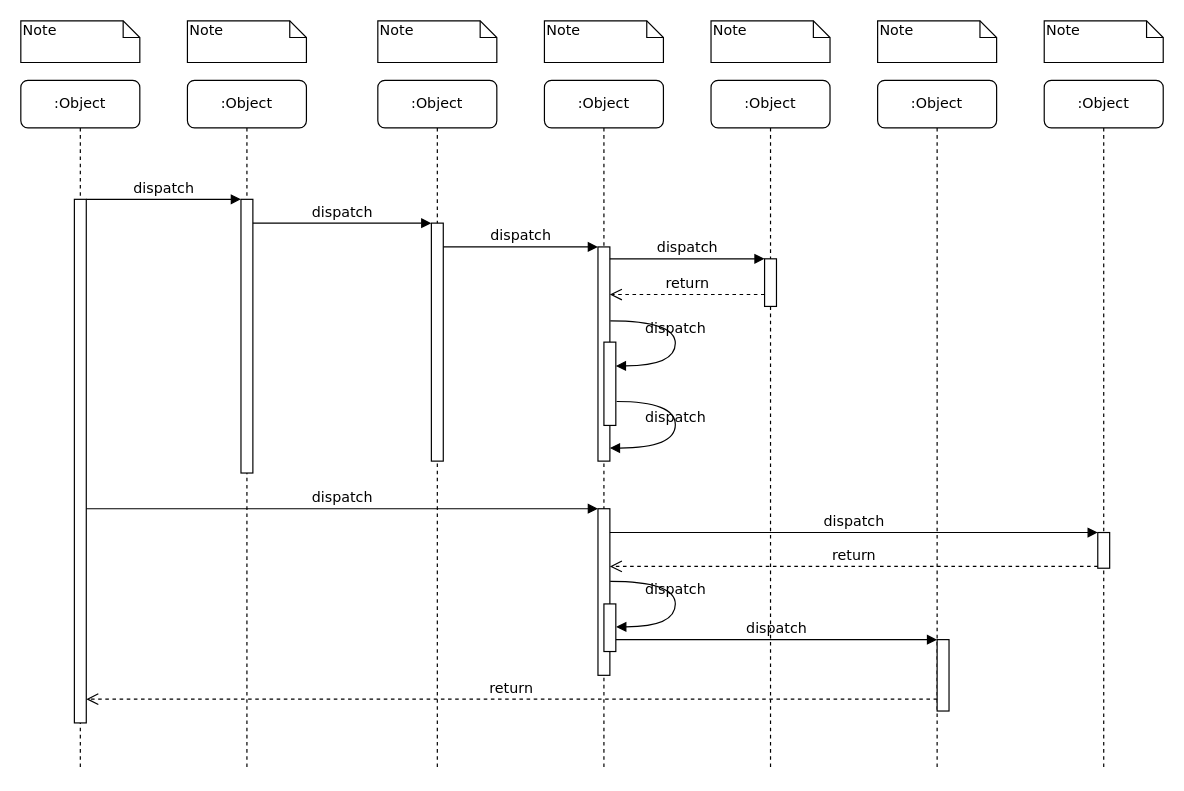
The draw.io diagram interaction diagram.drawio in Jainil2004/SEPM, before the edit. Source tidied: cells renumbered, new cells numbered last; positions are measured from the earlier drawing's top-left corner, leaving out a move shared by most shapes. Both pictures are drawn from the tidied source at 119%, with x=0, y=0 at pixel (20, 20).
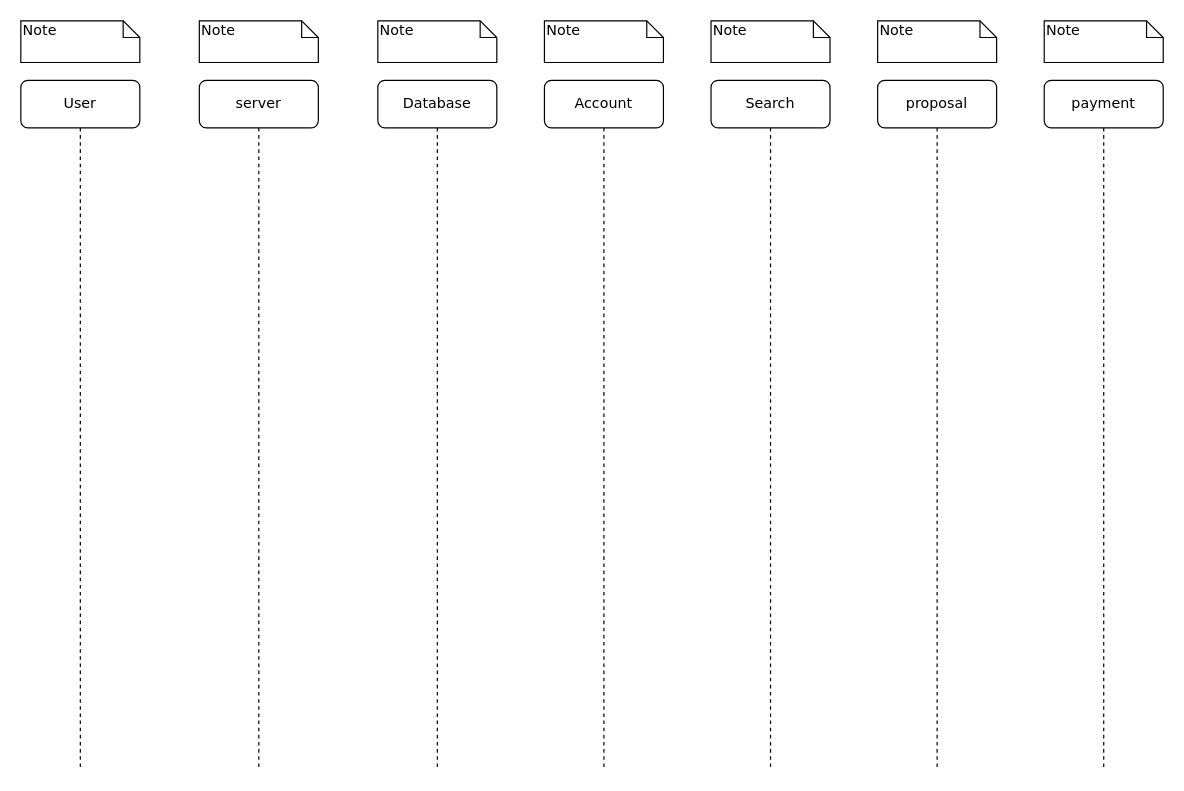
The same page after the edit.

Change to the diagram source:
```diff
@@
-    <mxCell id="2" value=":Object" style="shape=umlLifeline;perimeter=lifelinePerimeter;whiteSpace=wrap;html=1;rounded=1;shadow=0;comic=0;labelBackgroundColor=none;strokeWidth=1;fontFamily=Verdana;fontSize=12;align=center;" parent="1" vertex="1">
-      <mxGeometry x="140" y="50" width="100" height="580" as="geometry" />
+    <mxCell id="2" value="&lt;span style=&quot;white-space: pre;&quot;&gt;server&lt;br&gt;&lt;/span&gt;" style="shape=umlLifeline;perimeter=lifelinePerimeter;whiteSpace=wrap;html=1;rounded=1;shadow=0;comic=0;labelBackgroundColor=none;strokeWidth=1;fontFamily=Verdana;fontSize=12;align=center;" parent="1" vertex="1">
+      <mxGeometry x="150" y="50" width="100" height="580" as="geometry" />
     </mxCell>
-    <mxCell id="3" style="html=1;points=[];perimeter=orthogonalPerimeter;rounded=0;shadow=0;comic=0;labelBackgroundColor=none;strokeWidth=1;fontFamily=Verdana;fontSize=12;align=center;" parent="2" vertex="1">
-      <mxGeometry x="45" y="100" width="10" height="230" as="geometry" />
-    </mxCell>
-    <mxCell id="4" value=":Object" style="shape=umlLifeline;perimeter=lifelinePerimeter;whiteSpace=wrap;html=1;rounded=1;shadow=0;comic=0;labelBackgroundColor=none;strokeWidth=1;fontFamily=Verdana;fontSize=12;align=center;" parent="1" vertex="1">
+    <mxCell id="4" value="Database" style="shape=umlLifeline;perimeter=lifelinePerimeter;whiteSpace=wrap;html=1;rounded=1;shadow=0;comic=0;labelBackgroundColor=none;strokeWidth=1;fontFamily=Verdana;fontSize=12;align=center;" parent="1" vertex="1">
       <mxGeometry x="300" y="50" width="100" height="580" as="geometry" />
     </mxCell>
-    <mxCell id="5" style="html=1;points=[];perimeter=orthogonalPerimeter;rounded=0;shadow=0;comic=0;labelBackgroundColor=none;strokeWidth=1;fontFamily=Verdana;fontSize=12;align=center;" parent="4" vertex="1">
-      <mxGeometry x="45" y="120" width="10" height="200" as="geometry" />
-    </mxCell>
-    <mxCell id="6" value=":Object" style="shape=umlLifeline;perimeter=lifelinePerimeter;whiteSpace=wrap;html=1;rounded=1;shadow=0;comic=0;labelBackgroundColor=none;strokeWidth=1;fontFamily=Verdana;fontSize=12;align=center;" parent="1" vertex="1">
+    <mxCell id="6" value="Account" style="shape=umlLifeline;perimeter=lifelinePerimeter;whiteSpace=wrap;html=1;rounded=1;shadow=0;comic=0;labelBackgroundColor=none;strokeWidth=1;fontFamily=Verdana;fontSize=12;align=center;" parent="1" vertex="1">
       <mxGeometry x="440" y="50" width="100" height="580" as="geometry" />
     </mxCell>
-    <mxCell id="7" value=":Object" style="shape=umlLifeline;perimeter=lifelinePerimeter;whiteSpace=wrap;html=1;rounded=1;shadow=0;comic=0;labelBackgroundColor=none;strokeWidth=1;fontFamily=Verdana;fontSize=12;align=center;" parent="1" vertex="1">
+    <mxCell id="7" value="Search" style="shape=umlLifeline;perimeter=lifelinePerimeter;whiteSpace=wrap;html=1;rounded=1;shadow=0;comic=0;labelBackgroundColor=none;strokeWidth=1;fontFamily=Verdana;fontSize=12;align=center;" parent="1" vertex="1">
       <mxGeometry x="580" y="50" width="100" height="580" as="geometry" />
     </mxCell>
-    <mxCell id="8" value=":Object" style="shape=umlLifeline;perimeter=lifelinePerimeter;whiteSpace=wrap;html=1;rounded=1;shadow=0;comic=0;labelBackgroundColor=none;strokeWidth=1;fontFamily=Verdana;fontSize=12;align=center;" parent="1" vertex="1">
+    <mxCell id="8" value="proposal" style="shape=umlLifeline;perimeter=lifelinePerimeter;whiteSpace=wrap;html=1;rounded=1;shadow=0;comic=0;labelBackgroundColor=none;strokeWidth=1;fontFamily=Verdana;fontSize=12;align=center;" parent="1" vertex="1">
       <mxGeometry x="720" y="50" width="100" height="580" as="geometry" />
     </mxCell>
-    <mxCell id="9" value=":Object" style="shape=umlLifeline;perimeter=lifelinePerimeter;whiteSpace=wrap;html=1;rounded=1;shadow=0;comic=0;labelBackgroundColor=none;strokeWidth=1;fontFamily=Verdana;fontSize=12;align=center;" parent="1" vertex="1">
+    <mxCell id="9" value="payment" style="shape=umlLifeline;perimeter=lifelinePerimeter;whiteSpace=wrap;html=1;rounded=1;shadow=0;comic=0;labelBackgroundColor=none;strokeWidth=1;fontFamily=Verdana;fontSize=12;align=center;" parent="1" vertex="1">
       <mxGeometry x="860" y="50" width="100" height="580" as="geometry" />
     </mxCell>
-    <mxCell id="10" value=":Object" style="shape=umlLifeline;perimeter=lifelinePerimeter;whiteSpace=wrap;html=1;rounded=1;shadow=0;comic=0;labelBackgroundColor=none;strokeWidth=1;fontFamily=Verdana;fontSize=12;align=center;" parent="1" vertex="1">
-      <mxGeometry y="50" width="100" height="580" as="geometry" />
-    </mxCell>
-    <mxCell id="11" style="html=1;points=[];perimeter=orthogonalPerimeter;rounded=0;shadow=0;comic=0;labelBackgroundColor=none;strokeWidth=1;fontFamily=Verdana;fontSize=12;align=center;" parent="10" vertex="1">
-      <mxGeometry x="45" y="100" width="10" height="440" as="geometry" />
-    </mxCell>
-    <mxCell id="12" style="html=1;points=[];perimeter=orthogonalPerimeter;rounded=0;shadow=0;comic=0;labelBackgroundColor=none;strokeWidth=1;fontFamily=Verdana;fontSize=12;align=center;" parent="1" vertex="1">
-      <mxGeometry x="485" y="190" width="10" height="180" as="geometry" />
-    </mxCell>
-    <mxCell id="13" value="dispatch" style="html=1;verticalAlign=bottom;endArrow=block;labelBackgroundColor=none;fontFamily=Verdana;fontSize=12;edgeStyle=elbowEdgeStyle;elbow=vertical;" parent="1" edge="1" source="5" target="12">
-      <mxGeometry relative="1" as="geometry">
-        <Array as="points">
-          <mxPoint x="360" y="190" />
-        </Array>
-      </mxGeometry>
-    </mxCell>
-    <mxCell id="14" style="html=1;points=[];perimeter=orthogonalPerimeter;rounded=0;shadow=0;comic=0;labelBackgroundColor=none;strokeWidth=1;fontFamily=Verdana;fontSize=12;align=center;" parent="1" vertex="1">
-      <mxGeometry x="625" y="200" width="10" height="40" as="geometry" />
-    </mxCell>
-    <mxCell id="15" value="dispatch" style="html=1;verticalAlign=bottom;endArrow=block;entryX=0;entryY=0;labelBackgroundColor=none;fontFamily=Verdana;fontSize=12;edgeStyle=elbowEdgeStyle;elbow=vertical;" parent="1" edge="1" source="12" target="14">
-      <mxGeometry relative="1" as="geometry" />
-    </mxCell>
-    <mxCell id="16" value="return" style="html=1;verticalAlign=bottom;endArrow=open;dashed=1;endSize=8;labelBackgroundColor=none;fontFamily=Verdana;fontSize=12;edgeStyle=elbowEdgeStyle;elbow=vertical;" parent="1" edge="1" source="14" target="12">
-      <mxGeometry relative="1" as="geometry">
-        <Array as="points">
-          <mxPoint x="570" y="230" />
-          <mxPoint x="600" y="230" />
-        </Array>
-      </mxGeometry>
-    </mxCell>
-    <mxCell id="17" style="html=1;points=[];perimeter=orthogonalPerimeter;rounded=0;shadow=0;comic=0;labelBackgroundColor=none;strokeWidth=1;fontFamily=Verdana;fontSize=12;align=center;" parent="1" vertex="1">
-      <mxGeometry x="485" y="410" width="10" height="140" as="geometry" />
-    </mxCell>
-    <mxCell id="18" value="dispatch" style="html=1;verticalAlign=bottom;endArrow=block;entryX=0;entryY=0;labelBackgroundColor=none;fontFamily=Verdana;fontSize=12;" parent="1" edge="1" source="11" target="17">
-      <mxGeometry relative="1" as="geometry" />
-    </mxCell>
-    <mxCell id="19" style="html=1;points=[];perimeter=orthogonalPerimeter;rounded=0;shadow=0;comic=0;labelBackgroundColor=none;strokeColor=#000000;strokeWidth=1;fillColor=#FFFFFF;fontFamily=Verdana;fontSize=12;fontColor=#000000;align=center;" parent="1" vertex="1">
-      <mxGeometry x="905" y="430" width="10" height="30" as="geometry" />
-    </mxCell>
-    <mxCell id="20" value="dispatch" style="html=1;verticalAlign=bottom;endArrow=block;entryX=0;entryY=0;labelBackgroundColor=none;fontFamily=Verdana;fontSize=12;" parent="1" edge="1" source="17" target="19">
-      <mxGeometry relative="1" as="geometry" />
-    </mxCell>
-    <mxCell id="21" value="return" style="html=1;verticalAlign=bottom;endArrow=open;dashed=1;endSize=8;exitX=0;exitY=0.95;labelBackgroundColor=none;fontFamily=Verdana;fontSize=12;" parent="1" edge="1" source="19" target="17">
-      <mxGeometry relative="1" as="geometry" />
-    </mxCell>
-    <mxCell id="22" style="html=1;points=[];perimeter=orthogonalPerimeter;rounded=0;shadow=0;comic=0;labelBackgroundColor=none;strokeWidth=1;fontFamily=Verdana;fontSize=12;align=center;" parent="1" vertex="1">
-      <mxGeometry x="770" y="520" width="10" height="60" as="geometry" />
-    </mxCell>
-    <mxCell id="23" value="dispatch" style="html=1;verticalAlign=bottom;endArrow=block;entryX=0;entryY=0;labelBackgroundColor=none;fontFamily=Verdana;fontSize=12;edgeStyle=elbowEdgeStyle;elbow=vertical;" parent="1" edge="1" source="30" target="22">
-      <mxGeometry relative="1" as="geometry" />
-    </mxCell>
-    <mxCell id="24" value="return" style="html=1;verticalAlign=bottom;endArrow=open;dashed=1;endSize=8;labelBackgroundColor=none;fontFamily=Verdana;fontSize=12;edgeStyle=elbowEdgeStyle;elbow=vertical;" parent="1" edge="1" source="22" target="11">
-      <mxGeometry relative="1" as="geometry">
-        <Array as="points">
-          <mxPoint x="470" y="570" />
-        </Array>
-      </mxGeometry>
-    </mxCell>
-    <mxCell id="25" value="dispatch" style="html=1;verticalAlign=bottom;endArrow=block;entryX=0;entryY=0;labelBackgroundColor=none;fontFamily=Verdana;fontSize=12;edgeStyle=elbowEdgeStyle;elbow=vertical;" parent="1" edge="1" source="11" target="3">
-      <mxGeometry relative="1" as="geometry" />
-    </mxCell>
-    <mxCell id="26" value="dispatch" style="html=1;verticalAlign=bottom;endArrow=block;entryX=0;entryY=0;labelBackgroundColor=none;fontFamily=Verdana;fontSize=12;edgeStyle=elbowEdgeStyle;elbow=vertical;" parent="1" edge="1" source="3" target="5">
-      <mxGeometry relative="1" as="geometry" />
-    </mxCell>
-    <mxCell id="27" style="html=1;points=[];perimeter=orthogonalPerimeter;rounded=0;shadow=0;comic=0;labelBackgroundColor=none;strokeWidth=1;fontFamily=Verdana;fontSize=12;align=center;" parent="1" vertex="1">
-      <mxGeometry x="490" y="270" width="10" height="70" as="geometry" />
-    </mxCell>
-    <mxCell id="28" value="dispatch" style="html=1;verticalAlign=bottom;endArrow=block;labelBackgroundColor=none;fontFamily=Verdana;fontSize=12;elbow=vertical;edgeStyle=orthogonalEdgeStyle;curved=1;entryX=1;entryY=0.286;entryPerimeter=0;exitX=1.038;exitY=0.345;exitPerimeter=0;" parent="1" edge="1" source="12" target="27">
-      <mxGeometry relative="1" as="geometry">
-        <Array as="points">
-          <mxPoint x="550" y="252" />
-          <mxPoint x="550" y="290" />
-        </Array>
-      </mxGeometry>
-    </mxCell>
-    <mxCell id="29" value="dispatch" style="html=1;verticalAlign=bottom;endArrow=block;labelBackgroundColor=none;fontFamily=Verdana;fontSize=12;elbow=vertical;edgeStyle=orthogonalEdgeStyle;curved=1;exitX=1.066;exitY=0.713;exitPerimeter=0;" parent="1" edge="1" source="27">
-      <mxGeometry relative="1" as="geometry">
-        <mxPoint x="495" y="359" as="targetPoint" />
-        <Array as="points">
-          <mxPoint x="550" y="320" />
-          <mxPoint x="550" y="359" />
-        </Array>
-      </mxGeometry>
-    </mxCell>
-    <mxCell id="30" style="html=1;points=[];perimeter=orthogonalPerimeter;rounded=0;shadow=0;comic=0;labelBackgroundColor=none;strokeWidth=1;fontFamily=Verdana;fontSize=12;align=center;" parent="1" vertex="1">
-      <mxGeometry x="490" y="490" width="10" height="40" as="geometry" />
-    </mxCell>
-    <mxCell id="31" value="dispatch" style="html=1;verticalAlign=bottom;endArrow=block;labelBackgroundColor=none;fontFamily=Verdana;fontSize=12;elbow=vertical;edgeStyle=orthogonalEdgeStyle;curved=1;entryX=1;entryY=0.286;entryPerimeter=0;exitX=1.038;exitY=0.345;exitPerimeter=0;" parent="1" edge="1">
-      <mxGeometry relative="1" as="geometry">
-        <mxPoint x="495.3" y="471" as="sourcePoint" />
-        <mxPoint x="500.3" y="509.3" as="targetPoint" />
-        <Array as="points">
-          <mxPoint x="550" y="471" />
-          <mxPoint x="550" y="509" />
-        </Array>
-      </mxGeometry>
-    </mxCell>
@@
     <mxCell id="33" value="Note" style="shape=note;whiteSpace=wrap;html=1;size=14;verticalAlign=top;align=left;spacingTop=-6;rounded=0;shadow=0;comic=0;labelBackgroundColor=none;strokeWidth=1;fontFamily=Verdana;fontSize=12;" parent="1" vertex="1">
-      <mxGeometry x="140" width="100" height="35" as="geometry" />
+      <mxGeometry x="150" width="100" height="35" as="geometry" />
     </mxCell>
@@
+    <mxCell id="39" value="User" style="shape=umlLifeline;perimeter=lifelinePerimeter;whiteSpace=wrap;html=1;rounded=1;shadow=0;comic=0;labelBackgroundColor=none;strokeWidth=1;fontFamily=Verdana;fontSize=12;align=center;" parent="1" vertex="1">
+      <mxGeometry y="50" width="100" height="580" as="geometry" />
+    </mxCell>
```
